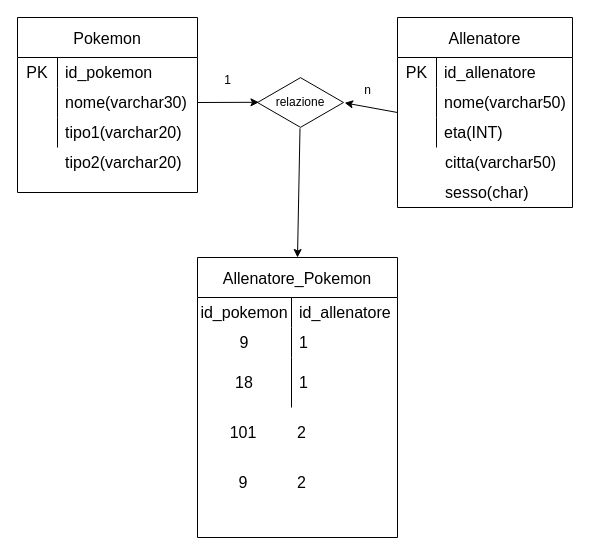
Above: queryDB/ES01.drawio in UmbertoCarbone/DepositoCarbone_CorsoItConsulting (draw.io), before the change. Source tidied: cells renumbered, new cells numbered last; positions are measured from the earlier drawing's top-left corner, leaving out a move shared by most shapes. Both pictures are drawn from the tidied source at 100%, with x=0, y=0 at pixel (17, 17).
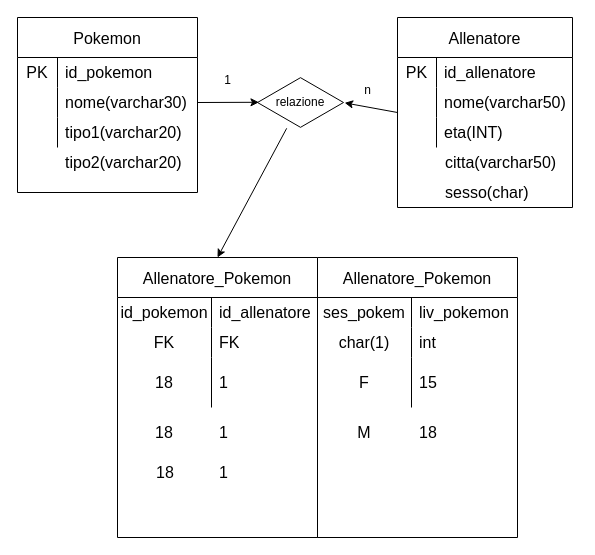
The same diagram, later.

Unchanged cells that the change refers to:
```xml
<mxCell id="34" style="shape=tableRow;horizontal=0;startSize=0;swimlaneHead=0;swimlaneBody=0;top=0;left=0;bottom=0;right=0;fillColor=none;strokeColor=inherit;fontSize=16;" parent="30" vertex="1">
  <mxGeometry y="70" width="200" height="30" as="geometry" />
</mxCell>
<mxCell id="37" style="shape=tableRow;horizontal=0;startSize=0;swimlaneHead=0;swimlaneBody=0;top=0;left=0;bottom=0;right=0;fillColor=none;strokeColor=inherit;fontSize=16;" parent="30" vertex="1">
  <mxGeometry y="100" width="200" height="50" as="geometry" />
</mxCell>
```

What changed in the source:
```diff
@@
     <mxCell id="30" value="Allenatore_Pokemon" style="shape=table;startSize=40;childLayout=tableLayout;rowLines=0;fontStyle=0;strokeColor=default;fontSize=16;" parent="1" vertex="1">
-      <mxGeometry x="180" y="240" width="200" height="280" as="geometry" />
+      <mxGeometry x="100" y="240" width="200" height="280" as="geometry" />
     </mxCell>
@@
-    <mxCell id="35" value="9" style="shape=partialRectangle;html=1;whiteSpace=wrap;fillColor=none;top=0;left=0;bottom=0;right=0;overflow=hidden;strokeColor=inherit;fontSize=16;" parent="34" vertex="1">
+    <mxCell id="35" value="FK" style="shape=partialRectangle;html=1;whiteSpace=wrap;fillColor=none;top=0;left=0;bottom=0;right=0;overflow=hidden;strokeColor=inherit;fontSize=16;" parent="34" vertex="1">
       <mxGeometry width="94" height="30" as="geometry" />
     </mxCell>
-    <mxCell id="36" value="1" style="shape=partialRectangle;html=1;whiteSpace=wrap;fillColor=none;top=0;left=0;bottom=0;right=0;align=left;spacingLeft=6;overflow=hidden;strokeColor=inherit;fontSize=16;" parent="34" vertex="1">
+    <mxCell id="36" value="FK" style="shape=partialRectangle;html=1;whiteSpace=wrap;fillColor=none;top=0;left=0;bottom=0;right=0;align=left;spacingLeft=6;overflow=hidden;strokeColor=inherit;fontSize=16;" parent="34" vertex="1">
       <mxGeometry x="94" width="106" height="30" as="geometry" />
     </mxCell>
@@
-    <mxCell id="39" value="1" style="shape=partialRectangle;html=1;whiteSpace=wrap;fillColor=none;top=0;left=0;bottom=0;right=0;align=left;spacingLeft=6;overflow=hidden;strokeColor=inherit;fontSize=16;" parent="37" vertex="1">
+    <mxCell id="39" value="&lt;span style=&quot;color: rgb(0, 0, 0);&quot;&gt;1&lt;/span&gt;" style="shape=partialRectangle;html=1;whiteSpace=wrap;fillColor=none;top=0;left=0;bottom=0;right=0;align=left;spacingLeft=6;overflow=hidden;strokeColor=inherit;fontSize=16;" parent="37" vertex="1">
       <mxGeometry x="94" width="106" height="50" as="geometry" />
     </mxCell>
@@
-    <mxCell id="41" value="101" style="shape=partialRectangle;html=1;whiteSpace=wrap;fillColor=none;top=0;left=0;bottom=0;right=0;overflow=hidden;strokeColor=inherit;fontSize=16;" parent="1" vertex="1">
-      <mxGeometry x="180" y="390" width="92" height="50" as="geometry" />
-    </mxCell>
-    <mxCell id="42" value="9" style="shape=partialRectangle;html=1;whiteSpace=wrap;fillColor=none;top=0;left=0;bottom=0;right=0;overflow=hidden;strokeColor=inherit;fontSize=16;" parent="1" vertex="1">
-      <mxGeometry x="180" y="440" width="92" height="50" as="geometry" />
-    </mxCell>
-    <mxCell id="43" value="2" style="shape=partialRectangle;html=1;whiteSpace=wrap;fillColor=none;top=0;left=0;bottom=0;right=0;align=left;spacingLeft=6;overflow=hidden;strokeColor=inherit;fontSize=16;" parent="1" vertex="1">
-      <mxGeometry x="272" y="390" width="103" height="50" as="geometry" />
-    </mxCell>
-    <mxCell id="44" value="2" style="shape=partialRectangle;html=1;whiteSpace=wrap;fillColor=none;top=0;left=0;bottom=0;right=0;align=left;spacingLeft=6;overflow=hidden;strokeColor=inherit;fontSize=16;" parent="1" vertex="1">
-      <mxGeometry x="272" y="440" width="103" height="50" as="geometry" />
-    </mxCell>
+    <mxCell id="45" value="Allenatore_Pokemon" style="shape=table;startSize=40;childLayout=tableLayout;rowLines=0;fontStyle=0;strokeColor=default;fontSize=16;" parent="1" vertex="1">
+      <mxGeometry x="300" y="240" width="200" height="280" as="geometry" />
+    </mxCell>
+    <mxCell id="46" style="shape=tableRow;horizontal=0;startSize=0;swimlaneHead=0;swimlaneBody=0;top=0;left=0;bottom=0;right=0;fillColor=none;strokeColor=inherit;fontSize=16;" parent="45" vertex="1">
+      <mxGeometry y="40" width="200" height="30" as="geometry" />
+    </mxCell>
+    <mxCell id="47" value="ses_pokem" style="shape=partialRectangle;html=1;whiteSpace=wrap;fillColor=none;top=0;left=0;bottom=0;right=0;overflow=hidden;strokeColor=inherit;fontSize=16;" parent="46" vertex="1">
+      <mxGeometry width="94" height="30" as="geometry" />
+    </mxCell>
+    <mxCell id="48" value="liv_pokemon" style="shape=partialRectangle;html=1;whiteSpace=wrap;fillColor=none;top=0;left=0;bottom=0;right=0;align=left;spacingLeft=6;overflow=hidden;strokeColor=inherit;fontSize=16;" parent="46" vertex="1">
+      <mxGeometry x="94" width="106" height="30" as="geometry" />
+    </mxCell>
+    <mxCell id="49" style="shape=tableRow;horizontal=0;startSize=0;swimlaneHead=0;swimlaneBody=0;top=0;left=0;bottom=0;right=0;fillColor=none;strokeColor=inherit;fontSize=16;" parent="45" vertex="1">
+      <mxGeometry y="70" width="200" height="30" as="geometry" />
+    </mxCell>
+    <mxCell id="50" value="char(1)" style="shape=partialRectangle;html=1;whiteSpace=wrap;fillColor=none;top=0;left=0;bottom=0;right=0;overflow=hidden;strokeColor=inherit;fontSize=16;" parent="49" vertex="1">
+      <mxGeometry width="94" height="30" as="geometry" />
+    </mxCell>
+    <mxCell id="51" value="int" style="shape=partialRectangle;html=1;whiteSpace=wrap;fillColor=none;top=0;left=0;bottom=0;right=0;align=left;spacingLeft=6;overflow=hidden;strokeColor=inherit;fontSize=16;" parent="49" vertex="1">
+      <mxGeometry x="94" width="106" height="30" as="geometry" />
+    </mxCell>
+    <mxCell id="52" style="shape=tableRow;horizontal=0;startSize=0;swimlaneHead=0;swimlaneBody=0;top=0;left=0;bottom=0;right=0;fillColor=none;strokeColor=inherit;fontSize=16;" parent="45" vertex="1">
+      <mxGeometry y="100" width="200" height="50" as="geometry" />
+    </mxCell>
+    <mxCell id="53" value="F" style="shape=partialRectangle;html=1;whiteSpace=wrap;fillColor=none;top=0;left=0;bottom=0;right=0;overflow=hidden;strokeColor=inherit;fontSize=16;" parent="52" vertex="1">
+      <mxGeometry width="94" height="50" as="geometry" />
+    </mxCell>
+    <mxCell id="54" value="15" style="shape=partialRectangle;html=1;whiteSpace=wrap;fillColor=none;top=0;left=0;bottom=0;right=0;align=left;spacingLeft=6;overflow=hidden;strokeColor=inherit;fontSize=16;" parent="52" vertex="1">
+      <mxGeometry x="94" width="106" height="50" as="geometry" />
+    </mxCell>
+    <mxCell id="55" value="18" style="shape=partialRectangle;html=1;whiteSpace=wrap;fillColor=none;top=0;left=0;bottom=0;right=0;overflow=hidden;strokeColor=inherit;fontSize=16;" parent="1" vertex="1">
+      <mxGeometry x="100" y="390" width="94" height="50" as="geometry" />
+    </mxCell>
+    <mxCell id="56" value="18" style="shape=partialRectangle;html=1;whiteSpace=wrap;fillColor=none;top=0;left=0;bottom=0;right=0;overflow=hidden;strokeColor=inherit;fontSize=16;" parent="1" vertex="1">
+      <mxGeometry x="101" y="430" width="94" height="50" as="geometry" />
+    </mxCell>
+    <mxCell id="57" value="&lt;span style=&quot;color: rgb(0, 0, 0);&quot;&gt;1&lt;/span&gt;" style="shape=partialRectangle;html=1;whiteSpace=wrap;fillColor=none;top=0;left=0;bottom=0;right=0;align=left;spacingLeft=6;overflow=hidden;strokeColor=inherit;fontSize=16;" parent="1" vertex="1">
+      <mxGeometry x="194" y="390" width="106" height="50" as="geometry" />
+    </mxCell>
+    <mxCell id="58" value="&lt;span style=&quot;color: rgb(0, 0, 0);&quot;&gt;1&lt;/span&gt;" style="shape=partialRectangle;html=1;whiteSpace=wrap;fillColor=none;top=0;left=0;bottom=0;right=0;align=left;spacingLeft=6;overflow=hidden;strokeColor=inherit;fontSize=16;" parent="1" vertex="1">
+      <mxGeometry x="194" y="430" width="106" height="50" as="geometry" />
+    </mxCell>
+    <mxCell id="59" value="M" style="shape=partialRectangle;html=1;whiteSpace=wrap;fillColor=none;top=0;left=0;bottom=0;right=0;overflow=hidden;strokeColor=inherit;fontSize=16;" parent="1" vertex="1">
+      <mxGeometry x="300" y="390" width="94" height="50" as="geometry" />
+    </mxCell>
+    <mxCell id="60" value="18" style="shape=partialRectangle;html=1;whiteSpace=wrap;fillColor=none;top=0;left=0;bottom=0;right=0;align=left;spacingLeft=6;overflow=hidden;strokeColor=inherit;fontSize=16;" parent="1" vertex="1">
+      <mxGeometry x="394" y="390" width="106" height="50" as="geometry" />
+    </mxCell>
```
